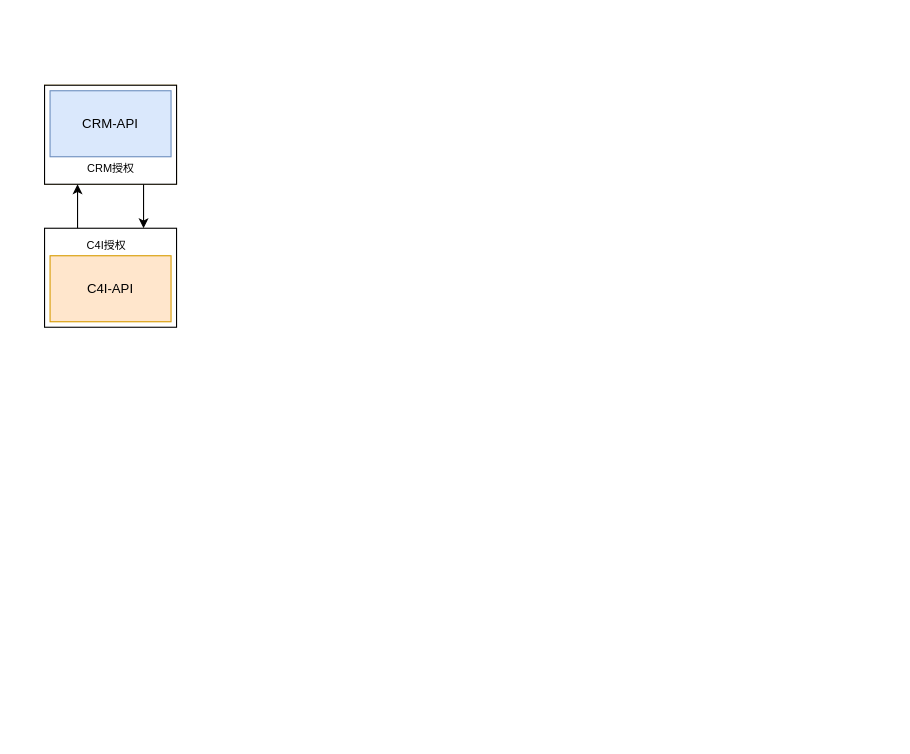
Before: shinho/【0312】N-1汇报图绘.drawio in 18857545022/-, a draw.io diagram. Source tidied: cells renumbered, new cells numbered last; positions are measured from the earlier drawing's top-left corner, leaving out a move shared by most shapes. Both pictures are drawn from the tidied source at 110%, with x=0, y=0 at pixel (44, 85).
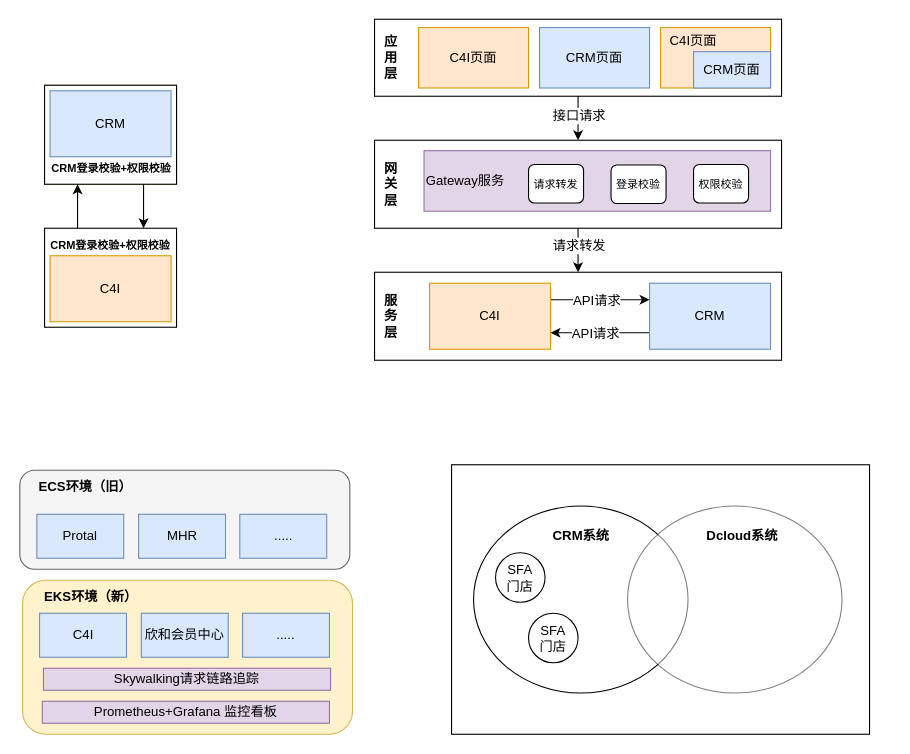
The same page after the edit.

Commit message (it also covers changes not shown here):
更新【0312】N-1汇报图绘.drawio

The edit, as a diff of the source:
```diff
@@
-    <mxCell id="4" style="rounded=0;whiteSpace=wrap;html=1;strokeColor=default;align=center;verticalAlign=middle;fontFamily=Helvetica;fontSize=12;fontColor=default;fillColor=default;" parent="1" vertex="1">
+    <mxCell id="4" style="rounded=0;whiteSpace=wrap;html=1;align=center;verticalAlign=middle;fontFamily=Helvetica;fontSize=12;" parent="1" vertex="1">
       <mxGeometry width="120" height="90" as="geometry" />
     </mxCell>
-    <mxCell id="5" value="CRM-API" style="rounded=0;whiteSpace=wrap;html=1;fillColor=#dae8fc;strokeColor=#6c8ebf;" parent="1" vertex="1">
+    <mxCell id="5" value="CRM" style="rounded=0;whiteSpace=wrap;html=1;fillColor=#dae8fc;strokeColor=#6c8ebf;" parent="1" vertex="1">
       <mxGeometry x="5" y="5" width="110" height="60" as="geometry" />
     </mxCell>
-    <mxCell id="6" value="&lt;font style=&quot;font-size: 10px;&quot;&gt;CRM授权&lt;/font&gt;" style="text;html=1;align=center;verticalAlign=middle;whiteSpace=wrap;rounded=0;fontFamily=Helvetica;fontSize=12;fontColor=default;" parent="1" vertex="1">
-      <mxGeometry x="18.5" y="65" width="83" height="20" as="geometry" />
+    <mxCell id="6" value="&lt;font style=&quot;font-size: 10px;&quot;&gt;&lt;b&gt;CRM登录校验+权限校验&lt;/b&gt;&lt;/font&gt;" style="text;html=1;align=center;verticalAlign=middle;whiteSpace=wrap;rounded=0;fontFamily=Helvetica;fontSize=12;fontColor=default;" parent="1" vertex="1">
+      <mxGeometry y="65" width="121.5" height="20" as="geometry" />
     </mxCell>
@@
-    <mxCell id="8" style="rounded=0;whiteSpace=wrap;html=1;strokeColor=default;align=center;verticalAlign=middle;fontFamily=Helvetica;fontSize=12;fontColor=default;fillColor=default;" parent="1" vertex="1">
+    <mxCell id="8" style="rounded=0;whiteSpace=wrap;html=1;align=center;verticalAlign=middle;fontFamily=Helvetica;fontSize=12;" parent="1" vertex="1">
       <mxGeometry y="130" width="120" height="90" as="geometry" />
     </mxCell>
-    <mxCell id="9" value="C4I-API" style="rounded=0;whiteSpace=wrap;html=1;fillColor=#ffe6cc;strokeColor=#d79b00;" parent="1" vertex="1">
+    <mxCell id="9" value="C4I" style="rounded=0;whiteSpace=wrap;html=1;fillColor=#ffe6cc;strokeColor=#d79b00;" parent="1" vertex="1">
       <mxGeometry x="5" y="155" width="110" height="60" as="geometry" />
     </mxCell>
-    <mxCell id="10" value="&lt;font style=&quot;font-size: 10px;&quot;&gt;C4I授权&lt;/font&gt;" style="text;html=1;align=center;verticalAlign=middle;whiteSpace=wrap;rounded=0;fontFamily=Helvetica;fontSize=12;fontColor=default;" parent="1" vertex="1">
-      <mxGeometry x="15" y="135" width="83" height="20" as="geometry" />
-    </mxCell>
+    <mxCell id="11" value="&lt;font style=&quot;font-size: 10px;&quot;&gt;&lt;b&gt;CRM登录校验+权限校验&lt;/b&gt;&lt;/font&gt;" style="text;html=1;align=center;verticalAlign=middle;whiteSpace=wrap;rounded=0;fontFamily=Helvetica;fontSize=12;fontColor=default;" parent="1" vertex="1">
+      <mxGeometry x="-1.5" y="135" width="121.5" height="20" as="geometry" />
+    </mxCell>
+    <mxCell id="12" style="group;" parent="1" vertex="1">
+      <mxGeometry x="300" y="-60" width="470" height="310" as="geometry" />
+    </mxCell>
+    <mxCell id="13" style="group;dashed=1;" parent="12" vertex="1">
+      <mxGeometry width="470" height="130" as="geometry" />
+    </mxCell>
+    <mxCell id="14" style="rounded=0;whiteSpace=wrap;html=1;strokeColor=default;align=center;verticalAlign=middle;fontFamily=Helvetica;fontSize=12;fontColor=default;fillColor=default;" parent="13" vertex="1">
+      <mxGeometry width="370" height="70" as="geometry" />
+    </mxCell>
+    <mxCell id="15" value="应&lt;br&gt;用&lt;br&gt;层" style="text;html=1;align=center;verticalAlign=middle;whiteSpace=wrap;rounded=0;fontFamily=Helvetica;fontSize=12;fontColor=default;fontStyle=1;" parent="13" vertex="1">
+      <mxGeometry x="5" y="10" width="20" height="50" as="geometry" />
+    </mxCell>
+    <mxCell id="16" value="C4I页面" style="rounded=0;whiteSpace=wrap;html=1;strokeColor=#d79b00;align=center;verticalAlign=middle;fontFamily=Helvetica;fontSize=12;fillColor=#ffe6cc;" parent="13" vertex="1">
+      <mxGeometry x="40" y="7.5" width="100" height="55" as="geometry" />
+    </mxCell>
+    <mxCell id="17" value="CRM页面" style="rounded=0;whiteSpace=wrap;html=1;strokeColor=#6c8ebf;align=center;verticalAlign=middle;fontFamily=Helvetica;fontSize=12;fillColor=#dae8fc;" parent="13" vertex="1">
+      <mxGeometry x="150" y="7.5" width="100" height="55" as="geometry" />
+    </mxCell>
+    <mxCell id="18" style="rounded=0;whiteSpace=wrap;html=1;strokeColor=#d79b00;align=center;verticalAlign=middle;fontFamily=Helvetica;fontSize=12;fillColor=#ffe6cc;" parent="13" vertex="1">
+      <mxGeometry x="260" y="7.5" width="100" height="55" as="geometry" />
+    </mxCell>
+    <mxCell id="19" value="C4I页面" style="text;html=1;align=center;verticalAlign=middle;whiteSpace=wrap;rounded=0;fontFamily=Helvetica;fontSize=12;fontColor=default;" parent="13" vertex="1">
+      <mxGeometry x="260" y="5" width="60" height="30" as="geometry" />
+    </mxCell>
+    <mxCell id="20" value="CRM页面" style="rounded=0;whiteSpace=wrap;html=1;strokeColor=#6c8ebf;align=center;verticalAlign=middle;fontFamily=Helvetica;fontSize=12;fillColor=#dae8fc;" parent="13" vertex="1">
+      <mxGeometry x="290" y="29.5" width="70" height="33" as="geometry" />
+    </mxCell>
+    <mxCell id="21" style="edgeStyle=orthogonalEdgeStyle;rounded=0;jettySize=auto;html=1;exitX=0.5;exitY=1;exitDx=0;exitDy=0;entryX=0.5;entryY=0;entryDx=0;entryDy=0;fontFamily=Helvetica;fontSize=12;fontColor=default;" parent="12" edge="1" source="14" target="24">
+      <mxGeometry relative="1" as="geometry" />
+    </mxCell>
+    <mxCell id="22" value="接口请求" style="edgeLabel;html=1;align=center;verticalAlign=middle;rounded=0;strokeColor=default;fontFamily=Helvetica;fontSize=12;fontColor=default;fillColor=default;" parent="21" vertex="1">
+      <mxGeometry x="-0.13" relative="1" as="geometry" />
+    </mxCell>
+    <mxCell id="23" style="group;" parent="12" vertex="1">
+      <mxGeometry y="110" width="370" height="80" as="geometry" />
+    </mxCell>
+    <mxCell id="24" style="rounded=0;whiteSpace=wrap;html=1;strokeColor=default;align=center;verticalAlign=middle;fontFamily=Helvetica;fontSize=12;fontColor=default;fillColor=default;" parent="23" vertex="1">
+      <mxGeometry width="370" height="80" as="geometry" />
+    </mxCell>
+    <mxCell id="25" style="group;" parent="23" vertex="1">
+      <mxGeometry x="45" y="9.5" width="325" height="70.5" as="geometry" />
+    </mxCell>
+    <mxCell id="26" value="&lt;div style=&quot;&quot;&gt;&lt;span style=&quot;background-color: initial;&quot;&gt;Gateway服务&lt;/span&gt;&lt;/div&gt;" style="rounded=0;whiteSpace=wrap;html=1;fillColor=#e1d5e7;strokeColor=#9673a6;align=left;" parent="25" vertex="1">
+      <mxGeometry width="315" height="55" as="geometry" />
+    </mxCell>
+    <mxCell id="27" value="&lt;font style=&quot;font-size: 10px;&quot;&gt;请求转发&lt;/font&gt;" style="rounded=1;whiteSpace=wrap;html=1;strokeColor=default;align=center;verticalAlign=middle;fontFamily=Helvetica;fontSize=12;fontColor=default;fillColor=default;" parent="25" vertex="1">
+      <mxGeometry x="95" y="12.5" width="50" height="35" as="geometry" />
+    </mxCell>
+    <mxCell id="28" value="&lt;font style=&quot;font-size: 10px;&quot;&gt;登录校验&lt;/font&gt;" style="rounded=1;whiteSpace=wrap;html=1;strokeColor=default;align=center;verticalAlign=middle;fontFamily=Helvetica;fontSize=12;fontColor=default;fillColor=default;" parent="25" vertex="1">
+      <mxGeometry x="170" y="13" width="50" height="35" as="geometry" />
+    </mxCell>
+    <mxCell id="29" value="&lt;font style=&quot;font-size: 10px;&quot;&gt;权限校验&lt;/font&gt;" style="rounded=1;whiteSpace=wrap;html=1;strokeColor=default;align=center;verticalAlign=middle;fontFamily=Helvetica;fontSize=12;fontColor=default;fillColor=default;" parent="25" vertex="1">
+      <mxGeometry x="245" y="12.5" width="50" height="35" as="geometry" />
+    </mxCell>
+    <mxCell id="30" value="网&lt;br&gt;关&lt;br&gt;层" style="text;html=1;align=center;verticalAlign=middle;whiteSpace=wrap;rounded=0;fontFamily=Helvetica;fontSize=12;fontColor=default;fontStyle=1;" parent="23" vertex="1">
+      <mxGeometry y="14.5" width="30" height="50" as="geometry" />
+    </mxCell>
+    <mxCell id="31" style="group;" parent="12" vertex="1">
+      <mxGeometry y="230" width="370" height="80" as="geometry" />
+    </mxCell>
+    <mxCell id="32" style="rounded=0;whiteSpace=wrap;html=1;strokeColor=default;align=center;verticalAlign=middle;fontFamily=Helvetica;fontSize=12;fontColor=default;fillColor=default;" parent="31" vertex="1">
+      <mxGeometry width="370" height="80" as="geometry" />
+    </mxCell>
+    <mxCell id="33" style="edgeStyle=orthogonalEdgeStyle;rounded=0;jettySize=auto;html=1;exitX=1;exitY=0.25;exitDx=0;exitDy=0;entryX=0;entryY=0.25;entryDx=0;entryDy=0;fontFamily=Helvetica;fontSize=12;fontColor=default;" parent="31" edge="1" source="36" target="39">
+      <mxGeometry relative="1" as="geometry" />
+    </mxCell>
+    <mxCell id="34" value="API请求" style="edgeLabel;html=1;align=center;verticalAlign=middle;rounded=0;strokeColor=default;fontFamily=Helvetica;fontSize=12;fontColor=default;fillColor=default;" parent="33" vertex="1">
+      <mxGeometry x="-0.09" relative="1" as="geometry" />
+    </mxCell>
+    <mxCell id="35" style="edgeLabel;html=1;align=center;verticalAlign=middle;rounded=0;strokeColor=default;fontFamily=Helvetica;fontSize=12;fontColor=default;fillColor=default;" parent="33" vertex="1">
+      <mxGeometry x="0.7" y="-3" relative="1" as="geometry" />
+    </mxCell>
+    <mxCell id="36" value="C4I" style="rounded=0;whiteSpace=wrap;html=1;fillColor=#ffe6cc;strokeColor=#d79b00;" parent="31" vertex="1">
+      <mxGeometry x="50" y="10" width="110" height="60" as="geometry" />
+    </mxCell>
+    <mxCell id="37" style="edgeStyle=orthogonalEdgeStyle;rounded=0;jettySize=auto;html=1;exitX=0;exitY=0.75;exitDx=0;exitDy=0;entryX=1;entryY=0.75;entryDx=0;entryDy=0;fontFamily=Helvetica;fontSize=12;fontColor=default;" parent="31" edge="1" source="39" target="36">
+      <mxGeometry relative="1" as="geometry">
+        <Array as="points">
+          <mxPoint x="180" y="55" />
+          <mxPoint x="180" y="55" />
+        </Array>
+      </mxGeometry>
+    </mxCell>
+    <mxCell id="38" value="API请求" style="edgeLabel;html=1;align=center;verticalAlign=middle;rounded=0;strokeColor=default;fontFamily=Helvetica;fontSize=12;fontColor=default;fillColor=default;" parent="37" vertex="1">
+      <mxGeometry x="0.46" relative="1" as="geometry">
+        <mxPoint x="16" as="offset" />
+      </mxGeometry>
+    </mxCell>
+    <mxCell id="39" value="CRM" style="rounded=0;whiteSpace=wrap;html=1;fillColor=#dae8fc;strokeColor=#6c8ebf;" parent="31" vertex="1">
+      <mxGeometry x="250" y="10" width="110" height="60" as="geometry" />
+    </mxCell>
+    <mxCell id="40" value="服&lt;br&gt;务&lt;br&gt;层" style="text;html=1;align=center;verticalAlign=middle;whiteSpace=wrap;rounded=0;fontFamily=Helvetica;fontSize=12;fontColor=default;fontStyle=1;" parent="31" vertex="1">
+      <mxGeometry y="15" width="30" height="50" as="geometry" />
+    </mxCell>
+    <mxCell id="41" style="edgeStyle=orthogonalEdgeStyle;rounded=0;jettySize=auto;html=1;entryX=0.5;entryY=0;entryDx=0;entryDy=0;fontFamily=Helvetica;fontSize=12;fontColor=default;" parent="12" edge="1" source="24" target="32">
+      <mxGeometry relative="1" as="geometry" />
+    </mxCell>
+    <mxCell id="42" value="请求转发" style="edgeLabel;html=1;align=center;verticalAlign=middle;rounded=0;strokeColor=default;fontFamily=Helvetica;fontSize=12;fontColor=default;fillColor=default;" parent="41" vertex="1">
+      <mxGeometry x="0.29" y="-1" relative="1" as="geometry">
+        <mxPoint x="1" y="-11" as="offset" />
+      </mxGeometry>
+    </mxCell>
+    <mxCell id="43" style="rounded=1;whiteSpace=wrap;html=1;strokeColor=#666666;align=center;verticalAlign=middle;fontFamily=Helvetica;fontSize=12;fontColor=#333333;fillColor=#f5f5f5;" parent="1" vertex="1">
+      <mxGeometry x="-22.5" y="350" width="300" height="90" as="geometry" />
+    </mxCell>
+    <mxCell id="44" value="ECS环境（旧）" style="text;html=1;align=left;verticalAlign=middle;whiteSpace=wrap;rounded=0;fontFamily=Helvetica;fontSize=12;fontColor=default;fontStyle=1;" parent="1" vertex="1">
+      <mxGeometry x="-7" y="350" width="110" height="30" as="geometry" />
+    </mxCell>
+    <mxCell id="45" style="rounded=1;whiteSpace=wrap;html=1;strokeColor=#d6b656;align=center;verticalAlign=middle;fontFamily=Helvetica;fontSize=12;fillColor=#fff2cc;" parent="1" vertex="1">
+      <mxGeometry x="-20" y="450" width="300" height="140" as="geometry" />
+    </mxCell>
+    <mxCell id="46" value="EKS环境（新）" style="text;html=1;align=left;verticalAlign=middle;whiteSpace=wrap;rounded=0;fontFamily=Helvetica;fontSize=12;fontColor=default;fontStyle=1;" parent="1" vertex="1">
+      <mxGeometry x="-2" y="450" width="94.5" height="30" as="geometry" />
+    </mxCell>
+    <mxCell id="47" value="C4I" style="rounded=0;whiteSpace=wrap;html=1;strokeColor=#6c8ebf;align=center;verticalAlign=middle;fontFamily=Helvetica;fontSize=12;fillColor=#dae8fc;" parent="1" vertex="1">
+      <mxGeometry x="-4.5" y="480" width="79" height="40" as="geometry" />
+    </mxCell>
+    <mxCell id="48" value="Protal" style="rounded=0;whiteSpace=wrap;html=1;strokeColor=#6c8ebf;align=center;verticalAlign=middle;fontFamily=Helvetica;fontSize=12;fillColor=#dae8fc;" parent="1" vertex="1">
+      <mxGeometry x="-7" y="390" width="79" height="40" as="geometry" />
+    </mxCell>
+    <mxCell id="49" value="MHR" style="rounded=0;whiteSpace=wrap;html=1;strokeColor=#6c8ebf;align=center;verticalAlign=middle;fontFamily=Helvetica;fontSize=12;fillColor=#dae8fc;" parent="1" vertex="1">
+      <mxGeometry x="85.5" y="390" width="79" height="40" as="geometry" />
+    </mxCell>
+    <mxCell id="50" value="....." style="rounded=0;whiteSpace=wrap;html=1;strokeColor=#6c8ebf;align=center;verticalAlign=middle;fontFamily=Helvetica;fontSize=12;fillColor=#dae8fc;" parent="1" vertex="1">
+      <mxGeometry x="177.5" y="390" width="79" height="40" as="geometry" />
+    </mxCell>
+    <mxCell id="51" value="欣和会员中心" style="rounded=0;whiteSpace=wrap;html=1;strokeColor=#6c8ebf;align=center;verticalAlign=middle;fontFamily=Helvetica;fontSize=12;fillColor=#dae8fc;" parent="1" vertex="1">
+      <mxGeometry x="88" y="480" width="79" height="40" as="geometry" />
+    </mxCell>
+    <mxCell id="52" value="....." style="rounded=0;whiteSpace=wrap;html=1;strokeColor=#6c8ebf;align=center;verticalAlign=middle;fontFamily=Helvetica;fontSize=12;fillColor=#dae8fc;" parent="1" vertex="1">
+      <mxGeometry x="180" y="480" width="79" height="40" as="geometry" />
+    </mxCell>
+    <mxCell id="53" value="Skywalking请求链路追踪" style="rounded=0;whiteSpace=wrap;html=1;strokeColor=#9673a6;align=center;verticalAlign=middle;fontFamily=Helvetica;fontSize=12;fillColor=#e1d5e7;" parent="1" vertex="1">
+      <mxGeometry x="-1" y="530" width="261" height="20" as="geometry" />
+    </mxCell>
+    <mxCell id="54" value="Prometheus+Grafana 监控看板" style="rounded=0;whiteSpace=wrap;html=1;strokeColor=#9673a6;align=center;verticalAlign=middle;fontFamily=Helvetica;fontSize=12;fillColor=#e1d5e7;" parent="1" vertex="1">
+      <mxGeometry x="-2" y="560" width="261" height="20" as="geometry" />
+    </mxCell>
+    <mxCell id="55" style="rounded=0;whiteSpace=wrap;html=1;strokeColor=default;align=center;verticalAlign=middle;fontFamily=Helvetica;fontSize=12;fontColor=default;fillColor=default;" parent="1" vertex="1">
+      <mxGeometry x="370" y="345" width="380" height="245" as="geometry" />
+    </mxCell>
+    <mxCell id="56" style="ellipse;whiteSpace=wrap;html=1;rounded=0;strokeColor=default;align=center;verticalAlign=middle;fontFamily=Helvetica;fontSize=12;fontColor=default;fillColor=default;" parent="1" vertex="1">
+      <mxGeometry x="390" y="382.5" width="195" height="170" as="geometry" />
+    </mxCell>
+    <mxCell id="57" style="ellipse;whiteSpace=wrap;html=1;rounded=0;strokeColor=default;align=center;verticalAlign=middle;fontFamily=Helvetica;fontSize=12;fontColor=default;fillColor=default;opacity=50;" parent="1" vertex="1">
+      <mxGeometry x="530" y="382.5" width="195" height="170" as="geometry" />
+    </mxCell>
+    <mxCell id="58" value="CRM系统" style="text;html=1;align=center;verticalAlign=middle;whiteSpace=wrap;rounded=0;fontFamily=Helvetica;fontSize=12;fontColor=default;fontStyle=1;" parent="1" vertex="1">
+      <mxGeometry x="457.5" y="395" width="60" height="30" as="geometry" />
+    </mxCell>
+    <mxCell id="59" value="Dcloud系统" style="text;html=1;align=center;verticalAlign=middle;whiteSpace=wrap;rounded=0;fontFamily=Helvetica;fontSize=12;fontColor=default;fontStyle=1;" parent="1" vertex="1">
+      <mxGeometry x="597.5" y="395" width="72.5" height="30" as="geometry" />
+    </mxCell>
+    <mxCell id="60" value="SFA&lt;br&gt;门店" style="ellipse;whiteSpace=wrap;html=1;rounded=0;strokeColor=default;align=center;verticalAlign=middle;fontFamily=Helvetica;fontSize=12;fontColor=default;fillColor=default;" parent="1" vertex="1">
+      <mxGeometry x="410" y="425" width="45" height="45" as="geometry" />
+    </mxCell>
+    <mxCell id="61" value="SFA&lt;br&gt;门店" style="ellipse;whiteSpace=wrap;html=1;rounded=0;strokeColor=default;align=center;verticalAlign=middle;fontFamily=Helvetica;fontSize=12;fontColor=default;fillColor=default;" parent="1" vertex="1">
+      <mxGeometry x="440" y="480" width="45" height="45" as="geometry" />
+    </mxCell>
```
